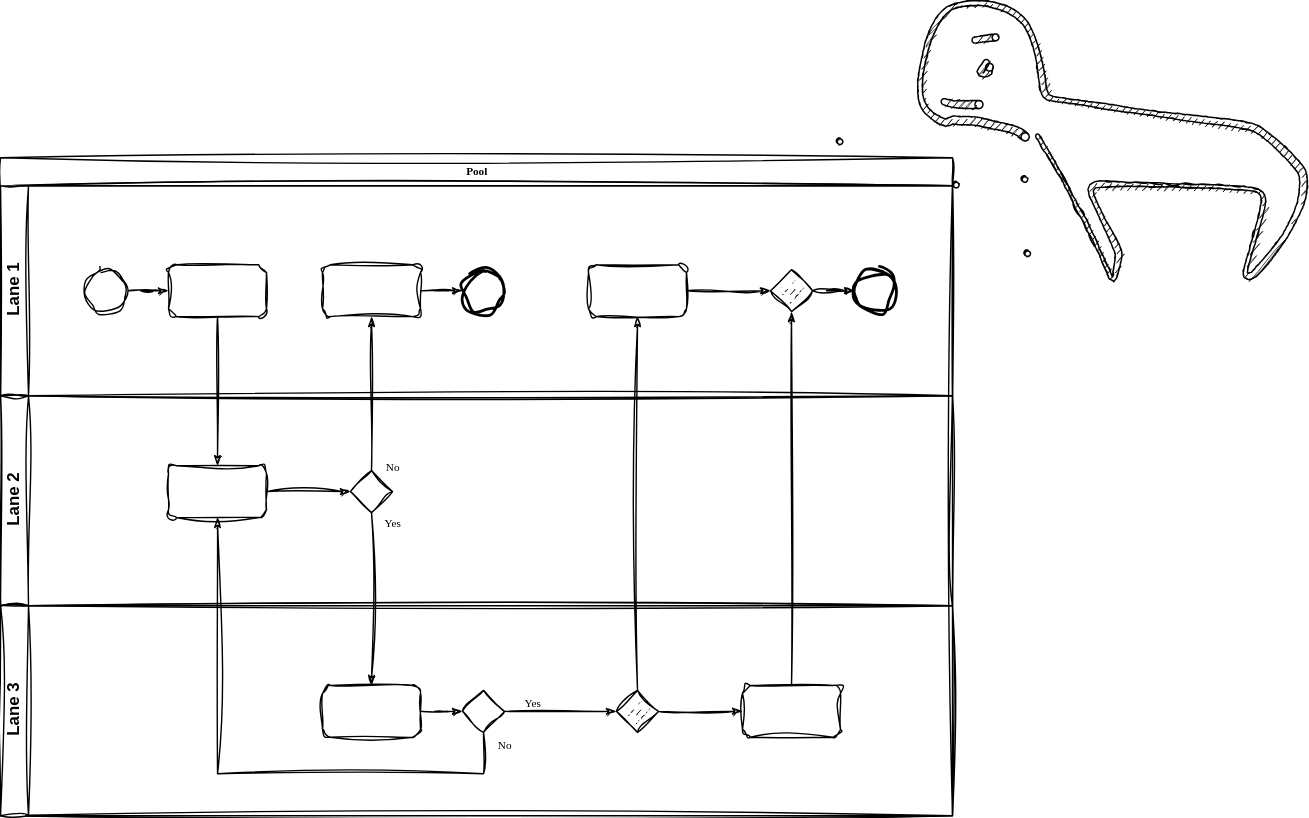
This is src/main/java/example/未命名绘图.drawio.svg from shangjian/Mytest, a draw.io export, as it was before one commit. Source tidied: cells renumbered, new cells last; positions are measured from the earlier drawing's top-left corner, leaving out a move shared by most shapes.
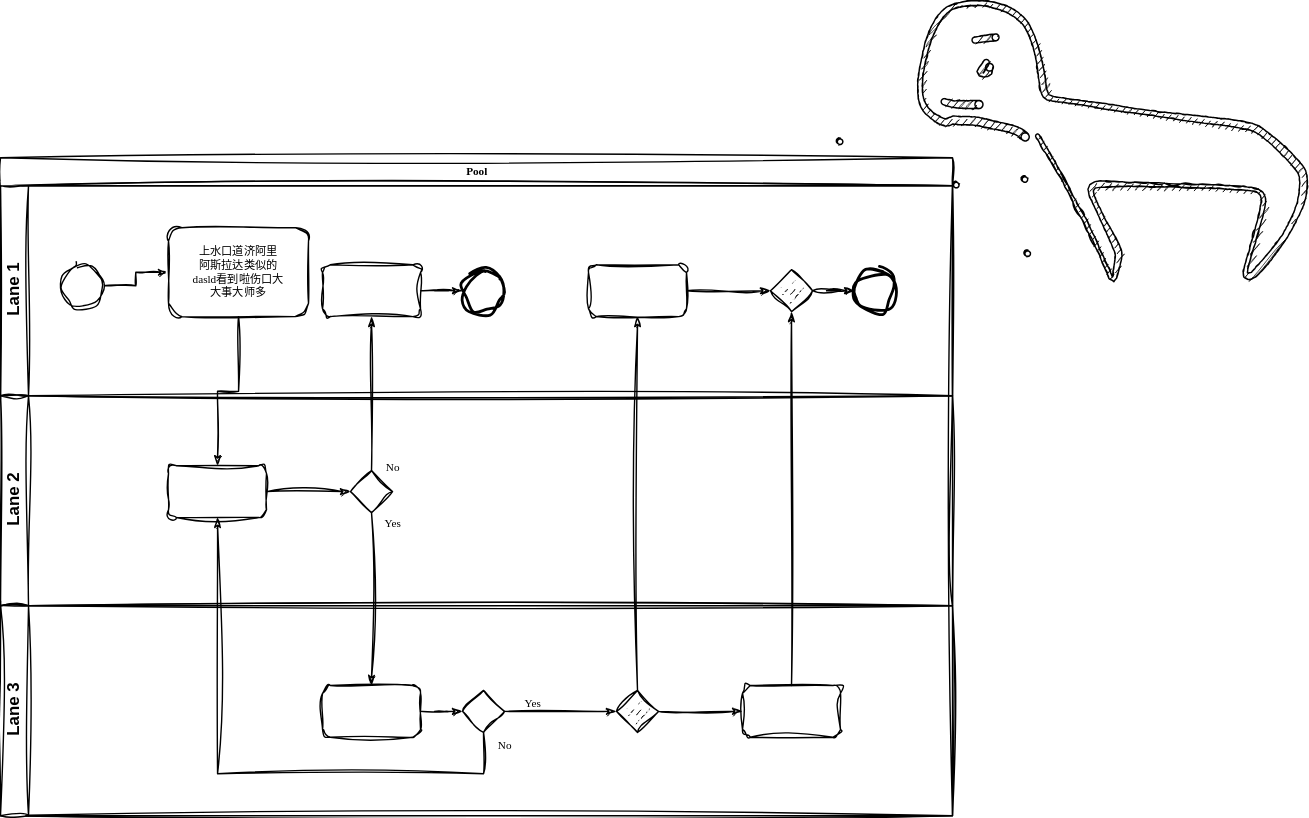
Later version of the same file.

Commit message:
更新未命名绘图.drawio.svg

Change to the diagram source:
```diff
@@ -12,10 +12,10 @@
       <mxGeometry relative="1" as="geometry" />
     </mxCell>
     <mxCell id="5" style="ellipse;whiteSpace=wrap;html=1;rounded=0;shadow=0;labelBackgroundColor=none;strokeWidth=1;fontFamily=Verdana;fontSize=8;align=center;sketch=1;curveFitting=1;jiggle=2;" parent="3" vertex="1">
-      <mxGeometry x="60" y="60" width="30" height="30" as="geometry" />
+      <mxGeometry x="43.1" y="56.5" width="30" height="30" as="geometry" />
     </mxCell>
-    <mxCell id="6" style="rounded=1;whiteSpace=wrap;html=1;shadow=0;labelBackgroundColor=none;strokeWidth=1;fontFamily=Verdana;fontSize=8;align=center;sketch=1;curveFitting=1;jiggle=2;" parent="3" vertex="1">
-      <mxGeometry x="120" y="56.5" width="70" height="37" as="geometry" />
+    <mxCell id="6" value="上水口道济阿里&lt;br&gt;阿斯拉达类似的&lt;br&gt;dasld看到啦伤口大&lt;br&gt;大事大师多" style="rounded=1;whiteSpace=wrap;html=1;shadow=0;labelBackgroundColor=none;strokeWidth=1;fontFamily=Verdana;fontSize=8;align=center;sketch=1;curveFitting=1;jiggle=2;" parent="3" vertex="1">
+      <mxGeometry x="120" y="30" width="100" height="63.5" as="geometry" />
     </mxCell>
     <mxCell id="7" style="edgeStyle=orthogonalEdgeStyle;rounded=0;html=1;labelBackgroundColor=none;startArrow=none;startFill=0;startSize=5;endArrow=classicThin;endFill=1;endSize=5;jettySize=auto;strokeWidth=1;fontFamily=Verdana;fontSize=8;sketch=1;curveFitting=1;jiggle=2;" parent="3" edge="1" source="8" target="9">
       <mxGeometry relative="1" as="geometry" />
```
